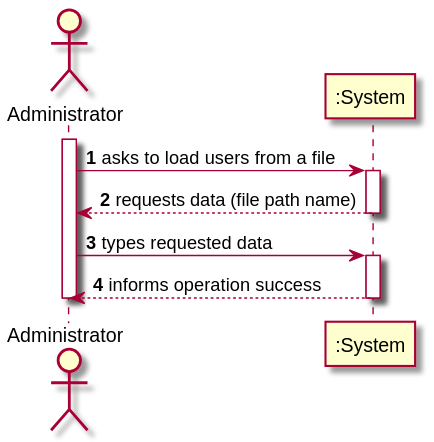
Earlier version of the PlantUML export docs/SprintC/US14/SSD/US14_SSD.svg (miseEnPlace-i/lapr2).
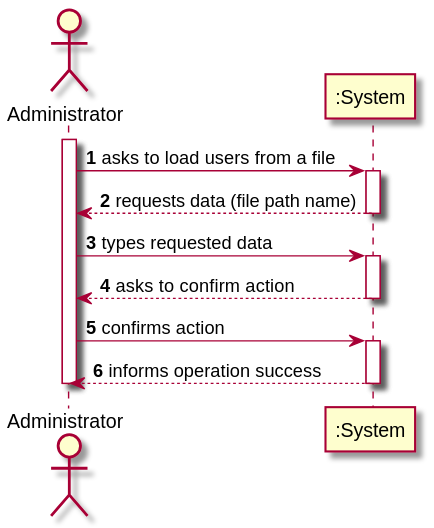
Later version of the same file.

The edit, as a diff of the source:
```diff
@@ -10,6 +10,11 @@
 
 ADMIN -> ":System" : types requested data
 activate ":System"
+":System" --> ADMIN : asks to confirm action
+deactivate ":System"
+
+ADMIN -> ":System" : confirms action
+activate ":System"
 ":System" --> ADMIN : informs operation success
 deactivate ":System"
 
```
